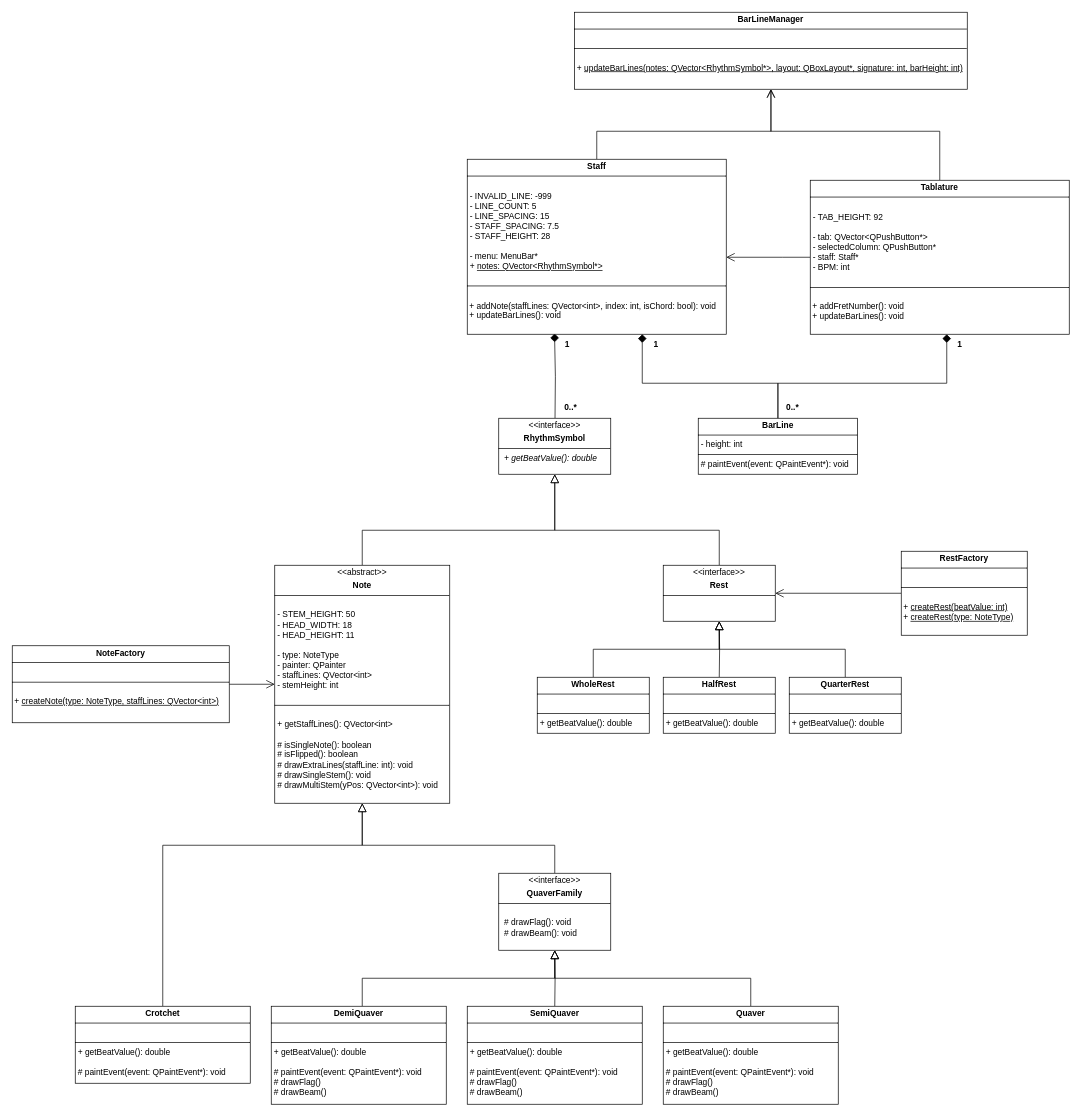
EthanL285/TabPro keeps this draw.io diagram as UMLDiagram.drawio. Above is the earlier version. Source tidied: cells renumbered, new cells numbered last; positions are measured from the earlier drawing's top-left corner, leaving out a move shared by most shapes. Both pictures are drawn from the tidied source at 70%, with x=0, y=0 at pixel (12, 12).
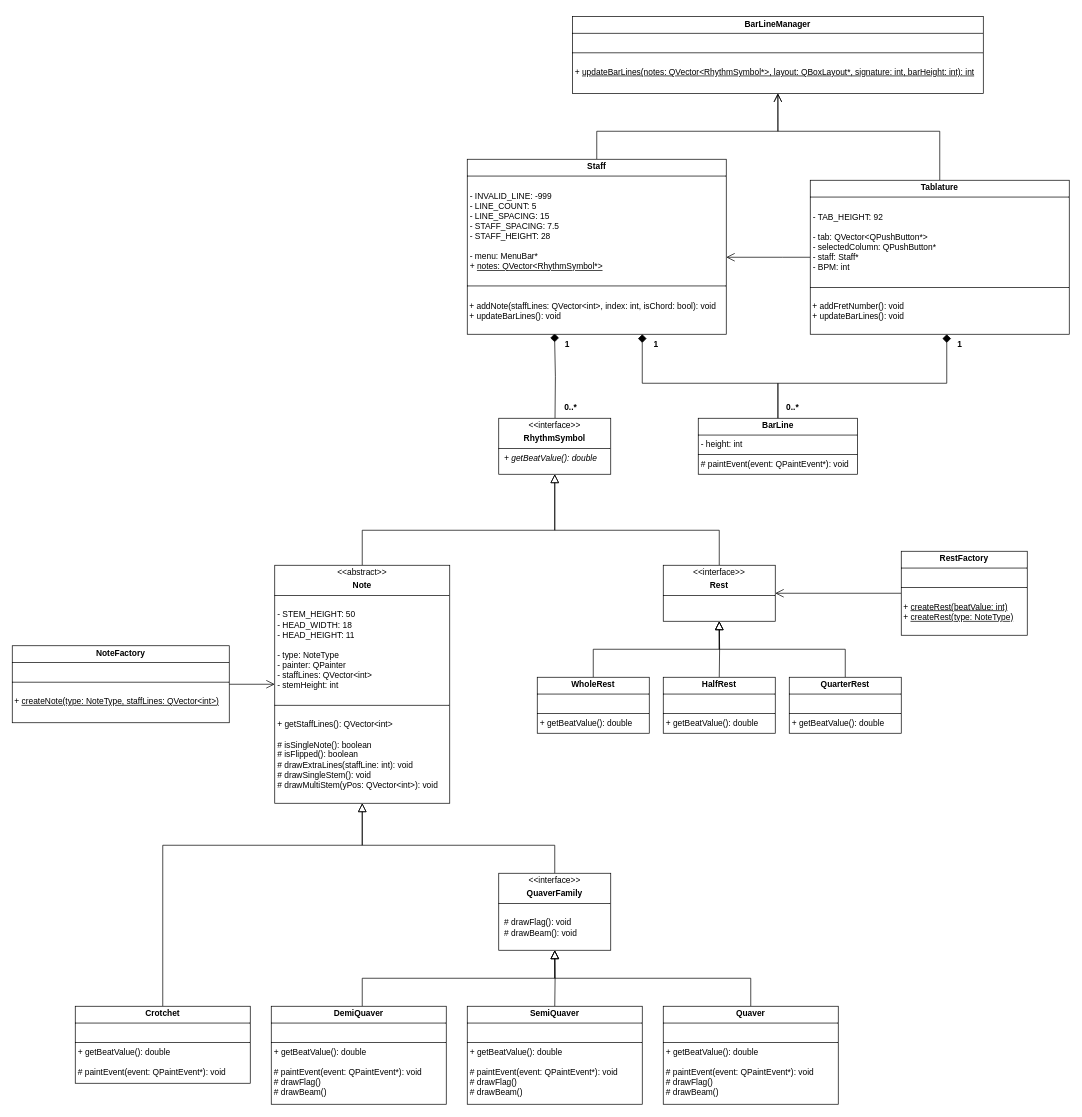
The same page after the edit.

Commit message:
Update UMLDiagram - Updated BarLineManager

Unchanged cells that the change refers to:
```xml
<mxCell id="18" value="&lt;p style=&quot;margin:0px;margin-top:4px;text-align:center;&quot;&gt;&lt;b style=&quot;background-color: initial;&quot;&gt;Staff&lt;/b&gt;&lt;/p&gt;&lt;hr size=&quot;1&quot; style=&quot;border-style:solid;&quot;&gt;&lt;p style=&quot;margin:0px;margin-left:4px;&quot;&gt;&lt;br&gt;&lt;/p&gt;&lt;p style=&quot;margin:0px;margin-left:4px;&quot;&gt;- INVALID_LINE: -999&lt;/p&gt;&lt;p style=&quot;margin:0px;margin-left:4px;&quot;&gt;&lt;span style=&quot;background-color: initial;&quot;&gt;- LINE_COUNT: 5&lt;/span&gt;&lt;/p&gt;&lt;p style=&quot;margin:0px;margin-left:4px;&quot;&gt;- LINE_SPACING: 15&lt;/p&gt;&lt;p style=&quot;margin: 0px 0px 0px 4px;&quot;&gt;- STAFF_SPACING: 7.5&lt;/p&gt;&lt;p style=&quot;margin: 0px 0px 0px 4px;&quot;&gt;- STAFF_HEIGHT: 28&lt;/p&gt;&lt;div&gt;&lt;br&gt;&lt;/div&gt;&lt;p style=&quot;margin:0px;margin-left:4px;&quot;&gt;&lt;span style=&quot;background-color: initial;&quot;&gt;- menu: MenuBar*&lt;/span&gt;&lt;/p&gt;&lt;p style=&quot;margin:0px;margin-left:4px;&quot;&gt;&lt;span style=&quot;background-color: initial;&quot;&gt;+ &lt;u&gt;notes: QVector&amp;lt;RhythmSymbol*&amp;gt;&lt;/u&gt;&lt;/span&gt;&lt;/p&gt;&lt;p style=&quot;margin:0px;margin-left:4px;&quot;&gt;&lt;br&gt;&lt;/p&gt;&lt;hr size=&quot;1&quot; style=&quot;border-style:solid;&quot;&gt;&lt;br&gt;&lt;div&gt;&amp;nbsp;+ addNote(staffLines: QVector&amp;lt;int&amp;gt;, index: int, isChord: bool): void&lt;/div&gt;&lt;div&gt;&amp;nbsp;+ updateBarLines(): void&lt;/div&gt;&lt;div&gt;&lt;br&gt;&lt;/div&gt;&lt;div&gt;&lt;br&gt;&lt;/div&gt;&lt;div&gt;&lt;br&gt;&lt;br&gt;&lt;/div&gt;&lt;div&gt;&lt;br&gt;&lt;/div&gt;&lt;div&gt;&lt;br&gt;&lt;/div&gt;&lt;div&gt;&lt;br&gt;&lt;/div&gt;&lt;div&gt;&lt;br&gt;&lt;/div&gt;&lt;div&gt;&lt;br&gt;&lt;br&gt;&lt;/div&gt;" style="verticalAlign=top;align=left;overflow=fill;html=1;whiteSpace=wrap;" parent="1" vertex="1">
  <mxGeometry x="650" y="210" width="370" height="250" as="geometry" />
</mxCell>
<mxCell id="33" value="&lt;p style=&quot;margin:0px;margin-top:4px;text-align:center;&quot;&gt;&lt;b&gt;Tablature&lt;/b&gt;&lt;/p&gt;&lt;hr size=&quot;1&quot; style=&quot;border-style:solid;&quot;&gt;&lt;p style=&quot;margin:0px;margin-left:4px;&quot;&gt;&lt;br&gt;&lt;/p&gt;&lt;p style=&quot;margin:0px;margin-left:4px;&quot;&gt;- TAB_HEIGHT: 92&lt;/p&gt;&lt;p style=&quot;margin:0px;margin-left:4px;&quot;&gt;&lt;br&gt;&lt;/p&gt;&lt;p style=&quot;margin:0px;margin-left:4px;&quot;&gt;- tab: QVector&amp;lt;QPushButton*&amp;gt;&lt;/p&gt;&lt;p style=&quot;margin:0px;margin-left:4px;&quot;&gt;- selectedColumn: QPushButton*&lt;/p&gt;&lt;p style=&quot;margin:0px;margin-left:4px;&quot;&gt;- staff: Staff*&lt;/p&gt;&lt;p style=&quot;margin:0px;margin-left:4px;&quot;&gt;- BPM: int&lt;/p&gt;&lt;p style=&quot;margin:0px;margin-left:4px;&quot;&gt;&lt;br&gt;&lt;/p&gt;&lt;hr size=&quot;1&quot; style=&quot;border-style:solid;&quot;&gt;&lt;br&gt;&lt;div&gt;&amp;nbsp;+ addFretNumber(): void&lt;/div&gt;&lt;div&gt;&amp;nbsp;+ updateBarLines(): void&lt;/div&gt;&lt;div&gt;&lt;br&gt;&lt;/div&gt;" style="verticalAlign=top;align=left;overflow=fill;html=1;whiteSpace=wrap;" parent="1" vertex="1">
  <mxGeometry x="1140" y="240" width="370" height="220" as="geometry" />
</mxCell>
```

Diff of the diagram source:
```diff
@@
-    <mxCell id="17" style="edgeStyle=orthogonalEdgeStyle;rounded=0;jettySize=auto;html=1;endArrow=open;endFill=0;endSize=10;" parent="1" edge="1" source="18" target="37">
+    <mxCell id="17" style="edgeStyle=orthogonalEdgeStyle;rounded=0;jettySize=auto;html=1;entryX=0.5;entryY=1;entryDx=0;entryDy=0;endArrow=open;endFill=0;endSize=10;" parent="1" edge="1" source="18" target="37">
       <mxGeometry relative="1" as="geometry">
         <Array as="points">
           <mxPoint x="835" y="170" />
-          <mxPoint x="1084" y="170" />
+          <mxPoint x="1094" y="170" />
         </Array>
       </mxGeometry>
     </mxCell>
@@
     <mxCell id="32" style="edgeStyle=orthogonalEdgeStyle;rounded=0;jettySize=auto;html=1;entryX=0.5;entryY=1;entryDx=0;entryDy=0;endArrow=open;endFill=0;endSize=10;" parent="1" edge="1" source="33" target="37">
       <mxGeometry relative="1" as="geometry">
         <Array as="points">
           <mxPoint x="1325" y="170" />
-          <mxPoint x="1084" y="170" />
+          <mxPoint x="1094" y="170" />
         </Array>
       </mxGeometry>
     </mxCell>
@@
-    <mxCell id="37" value="&lt;p style=&quot;margin:0px;margin-top:4px;text-align:center;&quot;&gt;&lt;b&gt;BarLineManager&lt;/b&gt;&lt;/p&gt;&lt;hr size=&quot;1&quot; style=&quot;border-style:solid;&quot;&gt;&lt;p style=&quot;margin:0px;margin-left:4px;&quot;&gt;&lt;br&gt;&lt;/p&gt;&lt;hr size=&quot;1&quot; style=&quot;border-style:solid;&quot;&gt;&lt;p style=&quot;margin: 0px 0px 0px 4px;&quot;&gt;&lt;br&gt;&lt;/p&gt;&lt;p style=&quot;margin: 0px 0px 0px 4px;&quot;&gt;+ &lt;u&gt;updateBarLines(notes: QVector&amp;lt;RhythmSymbol*&amp;gt;, layout: QBoxLayout*, signature: int, barHeight: int)&lt;/u&gt;&lt;/p&gt;&lt;p style=&quot;margin: 0px 0px 0px 4px;&quot;&gt;&lt;br&gt;&lt;/p&gt;" style="verticalAlign=top;align=left;overflow=fill;html=1;whiteSpace=wrap;" parent="1" vertex="1">
-      <mxGeometry x="803.1" width="561.2" height="110" as="geometry" />
+    <mxCell id="37" value="&lt;p style=&quot;margin:0px;margin-top:4px;text-align:center;&quot;&gt;&lt;b&gt;BarLineManager&lt;/b&gt;&lt;/p&gt;&lt;hr size=&quot;1&quot; style=&quot;border-style:solid;&quot;&gt;&lt;p style=&quot;margin:0px;margin-left:4px;&quot;&gt;&lt;br&gt;&lt;/p&gt;&lt;hr size=&quot;1&quot; style=&quot;border-style:solid;&quot;&gt;&lt;p style=&quot;margin: 0px 0px 0px 4px;&quot;&gt;&lt;br&gt;&lt;/p&gt;&lt;p style=&quot;margin: 0px 0px 0px 4px;&quot;&gt;+ &lt;u&gt;updateBarLines(notes: QVector&amp;lt;RhythmSymbol*&amp;gt;, layout: QBoxLayout*, signature: int, barHeight: int): int&lt;/u&gt;&lt;/p&gt;&lt;p style=&quot;margin: 0px 0px 0px 4px;&quot;&gt;&lt;br&gt;&lt;/p&gt;" style="verticalAlign=top;align=left;overflow=fill;html=1;whiteSpace=wrap;" parent="1" vertex="1">
+      <mxGeometry x="800.3" y="6" width="586.9" height="110" as="geometry" />
     </mxCell>
```
